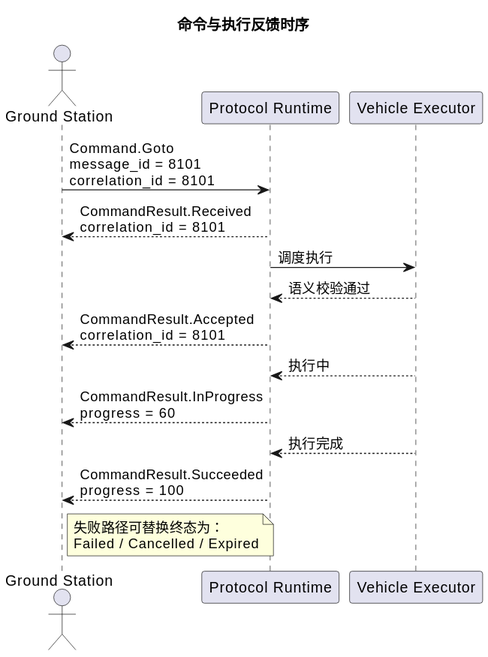
This is docs/diagrams/plantuml/svg/command_result_flow.svg from YunDrone-Team/yunlink, a PlantUML export, as it was before one commit.
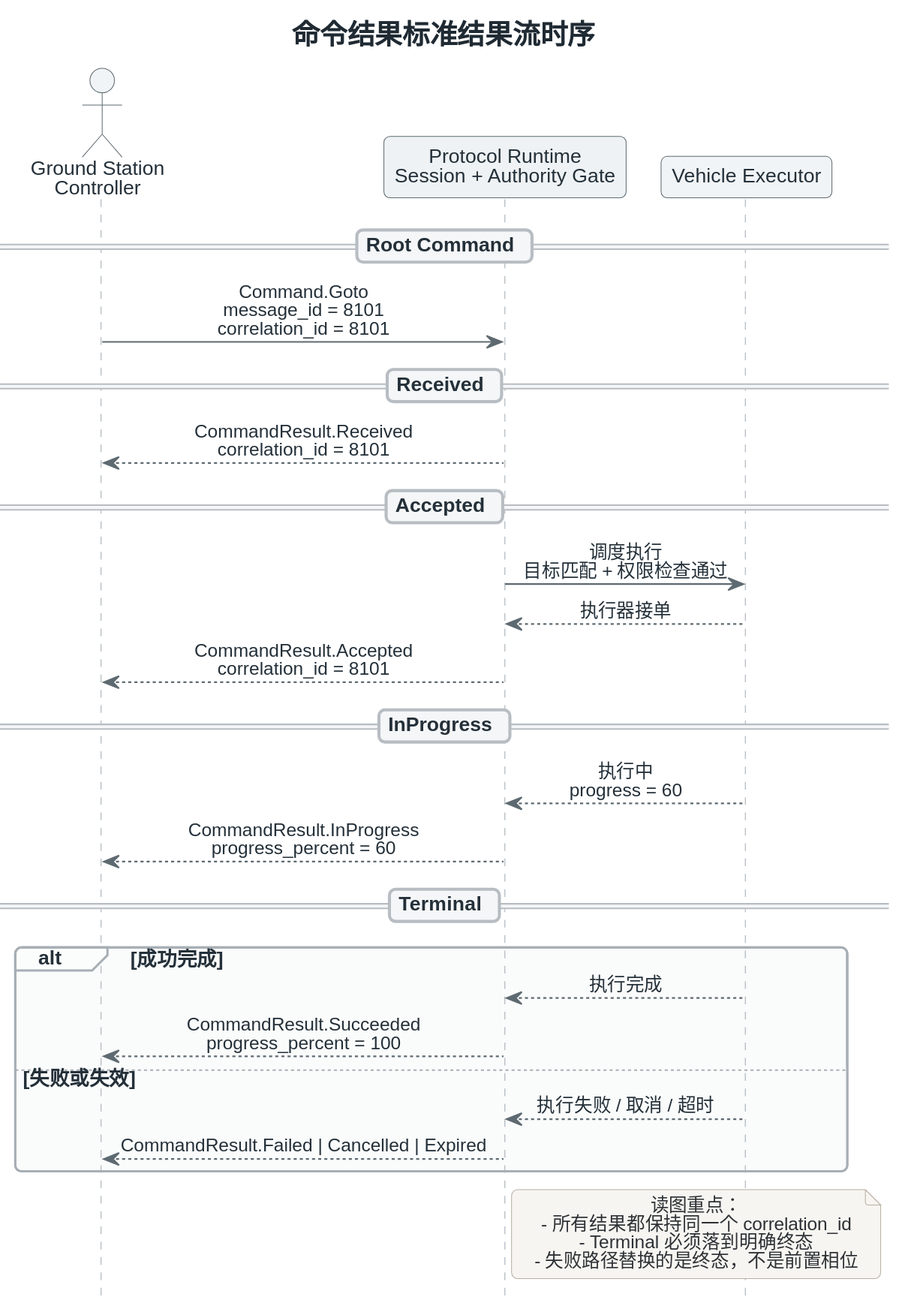
After the change.

Diff of the diagram source:
```diff
@@ -1,25 +1,41 @@
 @startuml
 skinparamlocked backgroundColor white
-title 命令与执行反馈时序
-skinparam backgroundColor white
-skinparam shadowing false
+!include _yunlink_protocol_theme.iuml
+title 命令结果标准结果流时序
+hide footbox
 
-actor "Ground Station" as GS
-participant "Protocol Runtime" as RT
-participant "Vehicle Executor" as EX
+actor "Ground Station\nController" as GS
+participant "Protocol Runtime\nSession + Authority Gate" as RT #EEF2F4
+participant "Vehicle Executor" as EX #F1F4F6
 
+== Root Command ==
 GS -> RT : Command.Goto\nmessage_id = 8101\ncorrelation_id = 8101
+
+== Received ==
 RT --> GS : CommandResult.Received\ncorrelation_id = 8101
-RT -> EX : 调度执行
-EX --> RT : 语义校验通过
+
+== Accepted ==
+RT -> EX : 调度执行\n目标匹配 + 权限检查通过
+EX --> RT : 执行器接单
 RT --> GS : CommandResult.Accepted\ncorrelation_id = 8101
-EX --> RT : 执行中
-RT --> GS : CommandResult.InProgress\nprogress = 60
-EX --> RT : 执行完成
-RT --> GS : CommandResult.Succeeded\nprogress = 100
 
-note right of GS
-失败路径可替换终态为：
-Failed / Cancelled / Expired
+== InProgress ==
+EX --> RT : 执行中\nprogress = 60
+RT --> GS : CommandResult.InProgress\nprogress_percent = 60
+
+== Terminal ==
+alt 成功完成
+  EX --> RT : 执行完成
+  RT --> GS : CommandResult.Succeeded\nprogress_percent = 100
+else 失败或失效
+  EX --> RT : 执行失败 / 取消 / 超时
+  RT --> GS : CommandResult.Failed | Cancelled | Expired
+end
+
+note right of RT
+读图重点：
+- 所有结果都保持同一个 correlation_id
+- Terminal 必须落到明确终态
+- 失败路径替换的是终态，不是前置相位
 end note
 @enduml
```
